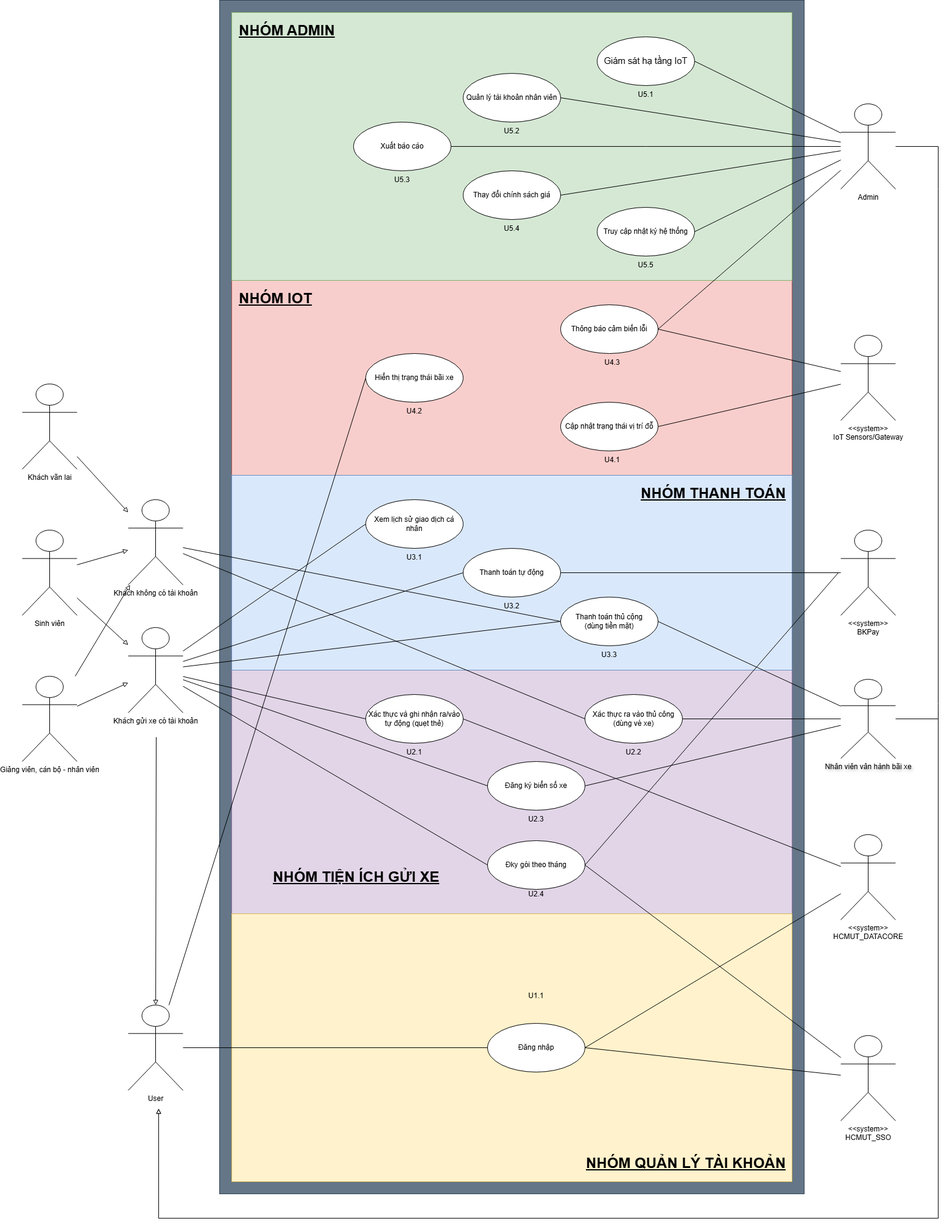
The draw.io diagram LaTex/pictures/usecase_diagram.png in KTX-0711/Software-Engineering-Assignment-HK252, before a commit. Source tidied: cells renumbered, new cells last; positions are measured from the earlier drawing's top-left corner, leaving out a move shared by most shapes.
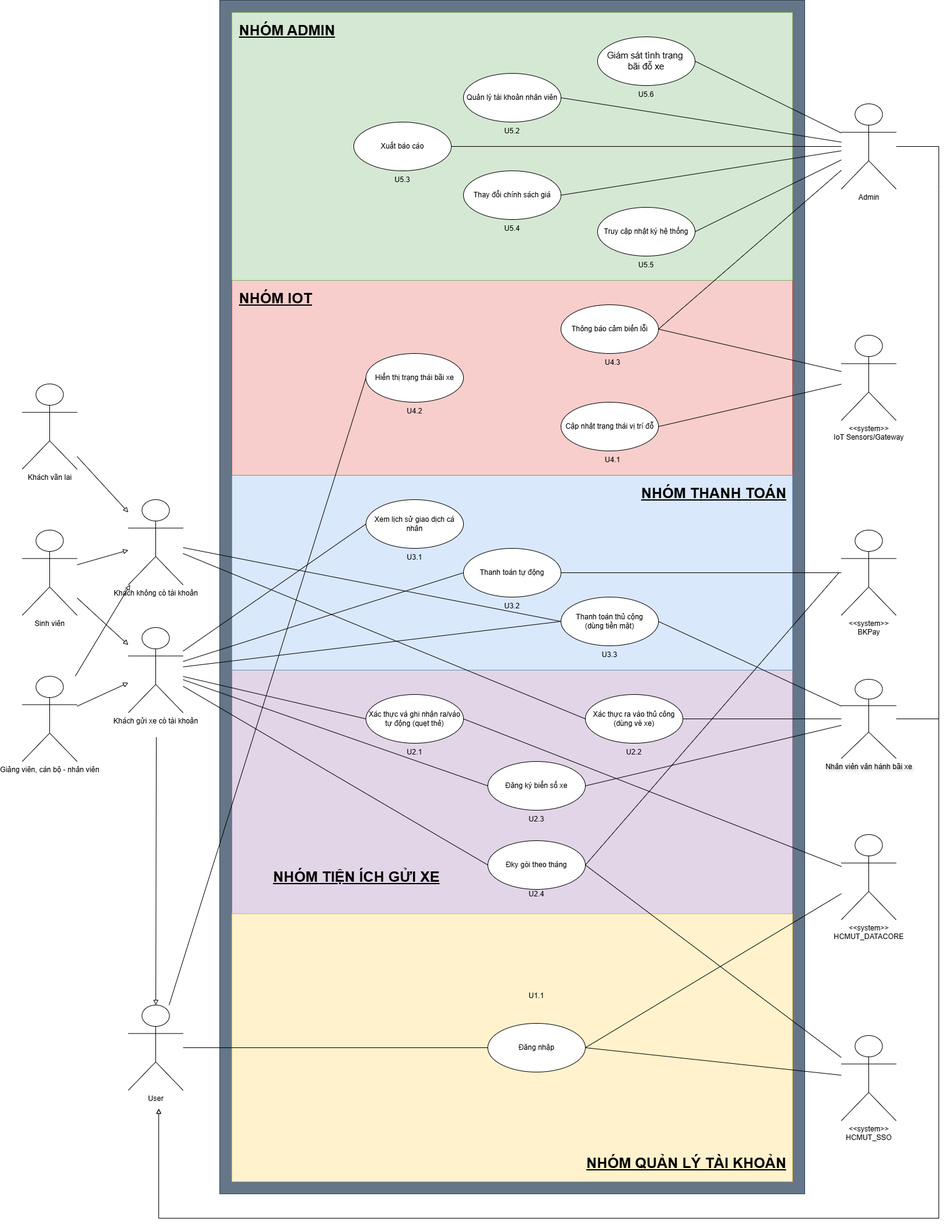
Later version of the same file.

What changed in the source:
```diff
@@ -187,7 +187,7 @@
     <mxCell id="57" value="Hiển thị trạng thái bãi xe" style="shape=ellipse;whiteSpace=wrap;html=1;backgroundOutline=1;" parent="1" vertex="1">
       <mxGeometry x="564" y="580" width="160" height="80" as="geometry" />
     </mxCell>
-    <mxCell id="58" value="&lt;span id=&quot;docs-internal-guid-28290166-7fff-8602-c891-9998ac40fbad&quot;&gt;&lt;span style=&quot;font-size: 11pt; font-family: Arial, sans-serif; background-color: transparent; font-variant-numeric: normal; font-variant-east-asian: normal; font-variant-alternates: normal; font-variant-position: normal; font-variant-emoji: normal; vertical-align: baseline; white-space-collapse: preserve;&quot;&gt;Giám sát hạ tầng IoT&lt;/span&gt;&lt;/span&gt;" style="shape=ellipse;whiteSpace=wrap;html=1;backgroundOutline=1;" parent="1" vertex="1">
+    <mxCell id="58" value="&lt;span id=&quot;docs-internal-guid-28290166-7fff-8602-c891-9998ac40fbad&quot;&gt;&lt;span style=&quot;font-size: 11pt; font-family: Arial, sans-serif; background-color: transparent; font-variant-numeric: normal; font-variant-east-asian: normal; font-variant-alternates: normal; font-variant-position: normal; font-variant-emoji: normal; vertical-align: baseline; white-space-collapse: preserve;&quot;&gt;Giám sát tình trạng &lt;/span&gt;&lt;/span&gt;&lt;div&gt;&lt;span&gt;&lt;span style=&quot;font-size: 11pt; font-family: Arial, sans-serif; background-color: transparent; font-variant-numeric: normal; font-variant-east-asian: normal; font-variant-alternates: normal; font-variant-position: normal; font-variant-emoji: normal; vertical-align: baseline; white-space-collapse: preserve;&quot;&gt;bãi đỗ xe&lt;/span&gt;&lt;/span&gt;&lt;/div&gt;" style="shape=ellipse;whiteSpace=wrap;html=1;backgroundOutline=1;" parent="1" vertex="1">
       <mxGeometry x="944" y="60" width="160" height="80" as="geometry" />
     </mxCell>
     <mxCell id="59" style="endArrow=block;html=1;rounded=0;endFill=0;" parent="1" edge="1" source="9" target="33">
@@ -223,7 +223,7 @@
     <mxCell id="69" value="&lt;font style=&quot;font-size: 24px;&quot;&gt;&lt;b&gt;&lt;u&gt;NHÓM QUẢN LÝ TÀI KHOẢN&lt;/u&gt;&lt;/b&gt;&lt;/font&gt;" style="text;html=1;whiteSpace=wrap;strokeColor=none;fillColor=none;align=left;verticalAlign=middle;rounded=0;" parent="1" vertex="1">
       <mxGeometry x="924" y="1880" width="330" height="60" as="geometry" />
     </mxCell>
-    <mxCell id="70" value="U5.1" style="text;html=1;whiteSpace=wrap;strokeColor=none;fillColor=none;align=center;verticalAlign=middle;rounded=0;" parent="1" vertex="1">
+    <mxCell id="70" value="U5.6" style="text;html=1;whiteSpace=wrap;strokeColor=none;fillColor=none;align=center;verticalAlign=middle;rounded=0;" parent="1" vertex="1">
       <mxGeometry x="994" y="140" width="60" height="30" as="geometry" />
     </mxCell>
     <mxCell id="71" value="U5.2" style="text;html=1;whiteSpace=wrap;strokeColor=none;fillColor=none;align=center;verticalAlign=middle;rounded=0;" parent="1" vertex="1">
```
